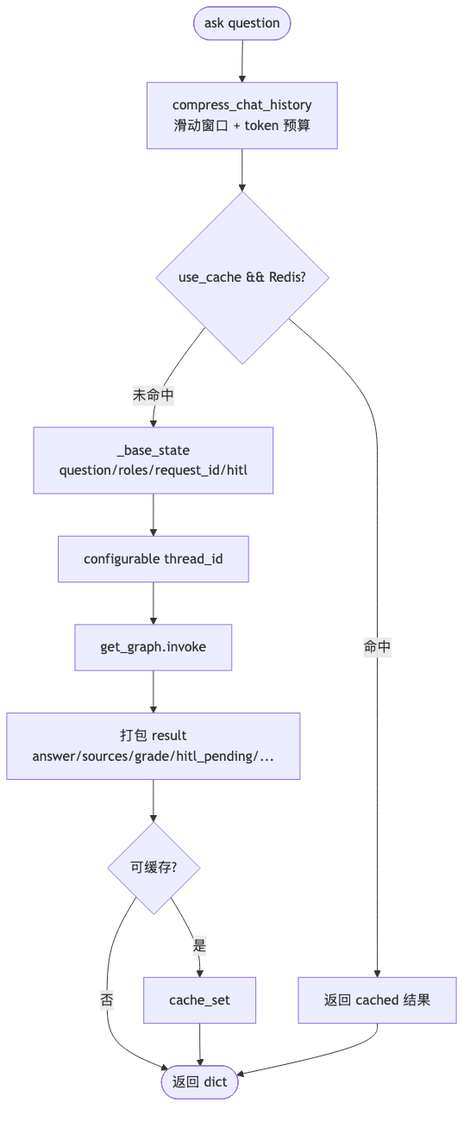
Above: project_00_rag_agent/docs/diagrams/07_ask_sync.png in charlie-chann/ai-agent-langgraph-main (Mermaid), before the change. Its source is kept beside it as project_00_rag_agent/docs/diagrams/source/07_ask_sync.mmd.
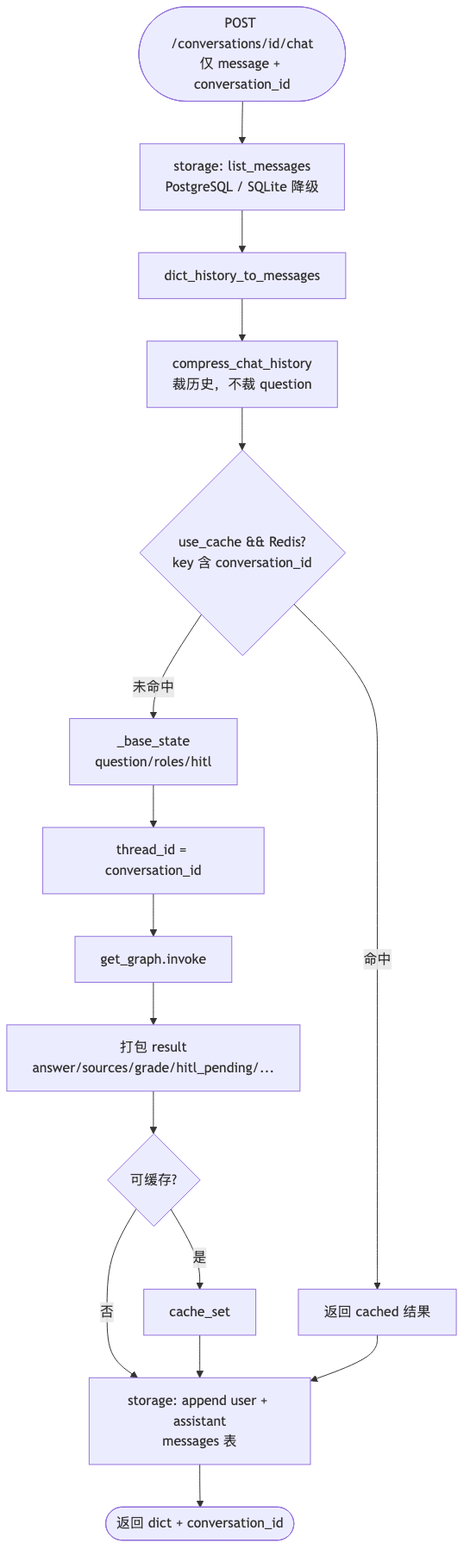
After the change.

The edit, as a diff of the source:
```diff
@@ -1,16 +1,19 @@
 flowchart TD
-    START([ask question]) --> COMPRESS[compress_chat_history<br/>滑动窗口 + token 预算]
+    START([POST /conversations/id/chat<br/>仅 message + conversation_id]) --> LOAD[storage: list_messages<br/>PostgreSQL / SQLite 降级]
+    LOAD --> DICT[dict_history_to_messages]
+    DICT --> COMPRESS[compress_chat_history<br/>裁历史，不裁 question]
 
-    COMPRESS --> CACHE{use_cache && Redis?}
+    COMPRESS --> CACHE{use_cache && Redis?<br/>key 含 conversation_id}
     CACHE -->|命中| RET_CACHED[返回 cached 结果]
-    CACHE -->|未命中| BUILD[_base_state<br/>question/roles/request_id/hitl]
-
-    BUILD --> CONFIG[configurable thread_id]
+    CACHE -->|未命中| BUILD[_base_state<br/>question/roles/hitl]
+    BUILD --> CONFIG["thread_id = conversation_id"]
     CONFIG --> INVOKE[get_graph.invoke]
 
     INVOKE --> PACK[打包 result<br/>answer/sources/grade/hitl_pending/...]
-    PACK --> SAVE{可缓存?}
-    SAVE -->|是| CACHE_SET[cache_set]
-    SAVE -->|否| RETURN
-    CACHE_SET --> RETURN([返回 dict])
-    RET_CACHED --> RETURN
+    PACK --> CACHE_W{可缓存?}
+    CACHE_W -->|是| CACHE_SET[cache_set]
+    CACHE_W -->|否| PERSIST
+    CACHE_SET --> PERSIST[storage: append user + assistant<br/>messages 表]
+    RET_CACHED --> PERSIST
+
+    PERSIST --> RETURN([返回 dict + conversation_id])
```
